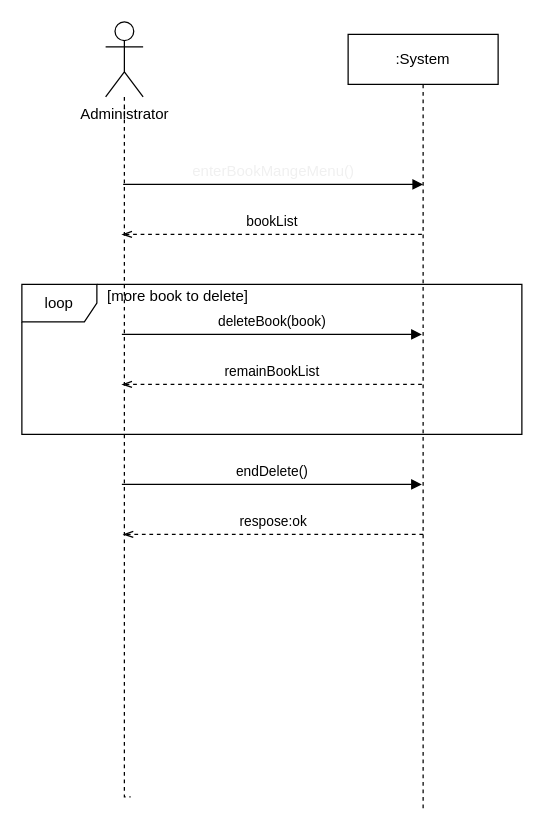
This is page "DeleteBook" (4 of 4) of diagram/system_sequence_diagram.drawio from wonbeomjang/CAU11708-book-selling-system, a draw.io file, before an edit. Source tidied: cells renumbered, new cells numbered last; positions are measured from the earlier drawing's top-left corner, leaving out a move shared by most shapes. Both pictures are drawn from the tidied source at 125%, with x=0, y=0 at pixel (21, 21).
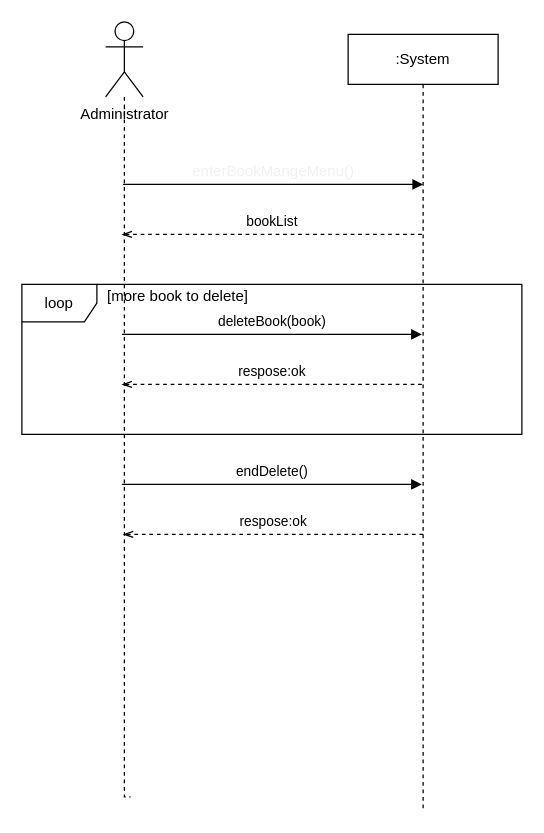
Above is the later version.

Diff of the diagram source:
```diff
@@
-    <mxCell id="8" value="remainBookList" style="endArrow=openThin;html=1;endFill=0;dashed=1;" parent="1" edge="1">
+    <mxCell id="8" value="respose:ok" style="endArrow=openThin;html=1;endFill=0;dashed=1;" parent="1" edge="1">
       <mxGeometry y="-10" relative="1" as="geometry">
         <mxPoint x="320" y="290" as="sourcePoint" />
         <mxPoint x="80" y="290" as="targetPoint" />
       </mxGeometry>
     </mxCell>
```
